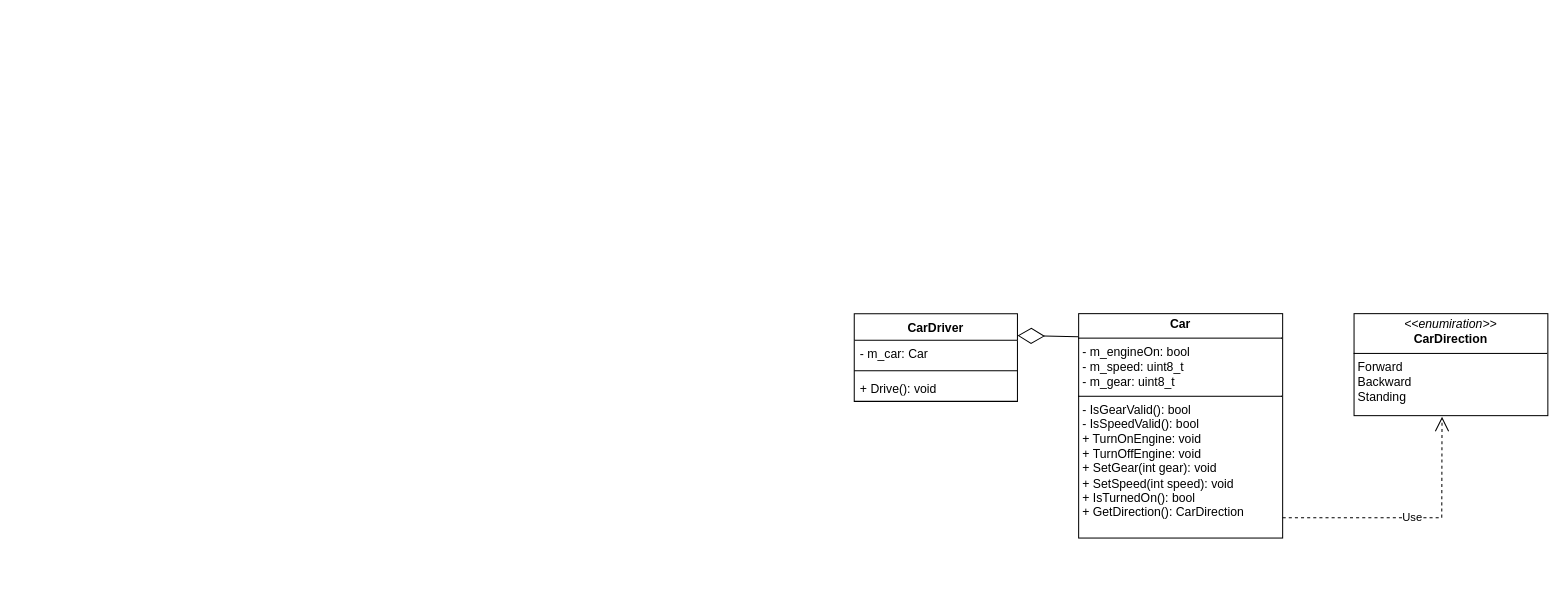
Above: 03/car/car.drawio in Woland-prj/oop (draw.io), before the change. Source tidied: cells renumbered, new cells numbered last; positions are measured from the earlier drawing's top-left corner, leaving out a move shared by most shapes. Both pictures are drawn from the tidied source at 102%, with x=0, y=0 at pixel (854, 313).
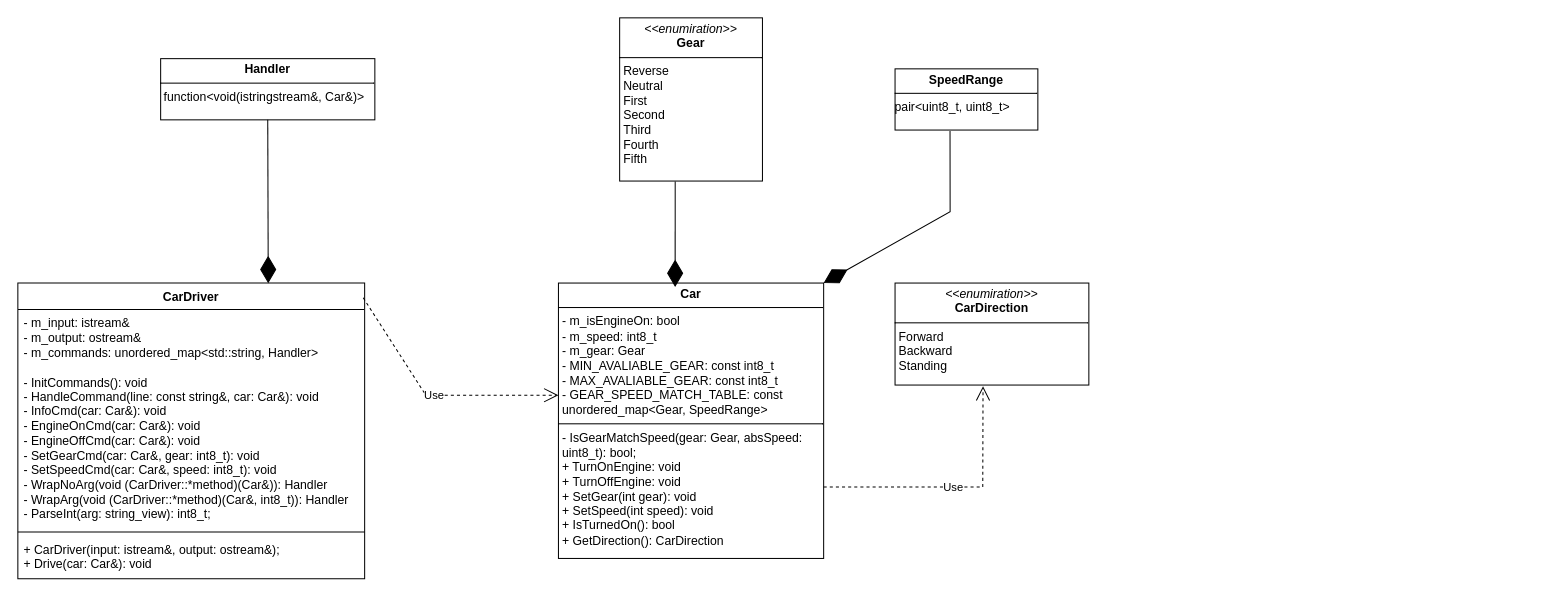
After the change.

Commit message:
upd diagram lab3.1

Change to the diagram source:
```diff
@@
-    <mxCell id="2" value="&lt;p style=&quot;margin:0px;margin-top:4px;text-align:center;&quot;&gt;&lt;b&gt;Car&lt;/b&gt;&lt;/p&gt;&lt;hr size=&quot;1&quot; style=&quot;border-style:solid;&quot;&gt;&lt;p style=&quot;margin:0px;margin-left:4px;&quot;&gt;- m_engineOn: bool&lt;/p&gt;&lt;p style=&quot;margin:0px;margin-left:4px;&quot;&gt;- m_speed: uint8_t&lt;/p&gt;&lt;p style=&quot;margin:0px;margin-left:4px;&quot;&gt;- m_gear: uint8_t&lt;/p&gt;&lt;hr size=&quot;1&quot; style=&quot;border-style:solid;&quot;&gt;&lt;p style=&quot;margin:0px;margin-left:4px;&quot;&gt;- IsGearValid(): bool&lt;/p&gt;&lt;p style=&quot;margin:0px;margin-left:4px;&quot;&gt;- IsSpeedValid(): bool&lt;/p&gt;&lt;p style=&quot;margin:0px;margin-left:4px;&quot;&gt;+ TurnOnEngine: void&amp;nbsp;&lt;/p&gt;&lt;p style=&quot;margin:0px;margin-left:4px;&quot;&gt;+&amp;nbsp;&lt;span style=&quot;background-color: transparent; color: light-dark(rgb(0, 0, 0), rgb(255, 255, 255));&quot;&gt;TurnOffEngine: void&amp;nbsp;&lt;/span&gt;&lt;/p&gt;&lt;p style=&quot;margin:0px;margin-left:4px;&quot;&gt;&lt;span style=&quot;background-color: transparent; color: light-dark(rgb(0, 0, 0), rgb(255, 255, 255));&quot;&gt;+ SetGear(int gear): void&lt;/span&gt;&lt;/p&gt;&lt;p style=&quot;margin:0px;margin-left:4px;&quot;&gt;&lt;span style=&quot;background-color: transparent; color: light-dark(rgb(0, 0, 0), rgb(255, 255, 255));&quot;&gt;+ SetSpeed(int speed): void&lt;/span&gt;&lt;/p&gt;&lt;p style=&quot;margin:0px;margin-left:4px;&quot;&gt;&lt;span style=&quot;background-color: transparent; color: light-dark(rgb(0, 0, 0), rgb(255, 255, 255));&quot;&gt;+ IsTurnedOn(): bool&lt;/span&gt;&lt;/p&gt;&lt;p style=&quot;margin:0px;margin-left:4px;&quot;&gt;&lt;span style=&quot;background-color: transparent; color: light-dark(rgb(0, 0, 0), rgb(255, 255, 255));&quot;&gt;+ GetDirection(): CarDirection&amp;nbsp;&lt;/span&gt;&lt;/p&gt;" style="verticalAlign=top;align=left;overflow=fill;html=1;whiteSpace=wrap;" parent="1" vertex="1">
-      <mxGeometry x="220" width="200" height="220" as="geometry" />
+    <mxCell id="2" value="&lt;p style=&quot;margin:0px;margin-top:4px;text-align:center;&quot;&gt;&lt;b&gt;Car&lt;/b&gt;&lt;/p&gt;&lt;hr size=&quot;1&quot; style=&quot;border-style:solid;&quot;&gt;&lt;p style=&quot;margin:0px;margin-left:4px;&quot;&gt;- m_isEngineOn: bool&lt;/p&gt;&lt;p style=&quot;margin:0px;margin-left:4px;&quot;&gt;- m_speed: int8_t&lt;/p&gt;&lt;p style=&quot;margin:0px;margin-left:4px;&quot;&gt;- m_gear: Gear&lt;/p&gt;&lt;p style=&quot;margin:0px;margin-left:4px;&quot;&gt;- MIN_AVALIABLE_GEAR: const int8_t&lt;/p&gt;&lt;p style=&quot;margin:0px;margin-left:4px;&quot;&gt;- MAX_AVALIABLE_GEAR: const int8_t&lt;/p&gt;&lt;p style=&quot;margin:0px;margin-left:4px;&quot;&gt;- GEAR_SPEED_MATCH_TABLE: const unordered_map&amp;lt;Gear, SpeedRange&amp;gt;&lt;/p&gt;&lt;hr size=&quot;1&quot; style=&quot;border-style:solid;&quot;&gt;&lt;p style=&quot;margin:0px;margin-left:4px;&quot;&gt;- IsGearMatchSpeed(gear: Gear, absSpeed: uint8_t): bool;&lt;/p&gt;&lt;p style=&quot;margin:0px;margin-left:4px;&quot;&gt;+ TurnOnEngine: void&amp;nbsp;&lt;/p&gt;&lt;p style=&quot;margin:0px;margin-left:4px;&quot;&gt;+&amp;nbsp;&lt;span style=&quot;background-color: transparent; color: light-dark(rgb(0, 0, 0), rgb(255, 255, 255));&quot;&gt;TurnOffEngine: void&amp;nbsp;&lt;/span&gt;&lt;/p&gt;&lt;p style=&quot;margin:0px;margin-left:4px;&quot;&gt;&lt;span style=&quot;background-color: transparent; color: light-dark(rgb(0, 0, 0), rgb(255, 255, 255));&quot;&gt;+ SetGear(int gear): void&lt;/span&gt;&lt;/p&gt;&lt;p style=&quot;margin:0px;margin-left:4px;&quot;&gt;&lt;span style=&quot;background-color: transparent; color: light-dark(rgb(0, 0, 0), rgb(255, 255, 255));&quot;&gt;+ SetSpeed(int speed): void&lt;/span&gt;&lt;/p&gt;&lt;p style=&quot;margin:0px;margin-left:4px;&quot;&gt;&lt;span style=&quot;background-color: transparent; color: light-dark(rgb(0, 0, 0), rgb(255, 255, 255));&quot;&gt;+ IsTurnedOn(): bool&lt;/span&gt;&lt;/p&gt;&lt;p style=&quot;margin:0px;margin-left:4px;&quot;&gt;&lt;span style=&quot;background-color: transparent; color: light-dark(rgb(0, 0, 0), rgb(255, 255, 255));&quot;&gt;+ GetDirection(): CarDirection&amp;nbsp;&lt;/span&gt;&lt;/p&gt;" style="verticalAlign=top;align=left;overflow=fill;html=1;whiteSpace=wrap;" parent="1" vertex="1">
+      <mxGeometry x="-290" y="-30" width="260" height="270" as="geometry" />
     </mxCell>
     <mxCell id="3" value="&lt;p style=&quot;margin:0px;margin-top:4px;text-align:center;&quot;&gt;&lt;i&gt;&amp;lt;&amp;lt;enumiration&amp;gt;&amp;gt;&lt;/i&gt;&lt;br&gt;&lt;b&gt;CarDirection&lt;/b&gt;&lt;/p&gt;&lt;hr size=&quot;1&quot; style=&quot;border-style:solid;&quot;&gt;&lt;p style=&quot;margin:0px;margin-left:4px;&quot;&gt;Forward&lt;/p&gt;&lt;p style=&quot;margin:0px;margin-left:4px;&quot;&gt;Backward&lt;/p&gt;&lt;p style=&quot;margin:0px;margin-left:4px;&quot;&gt;Standing&lt;/p&gt;" style="verticalAlign=top;align=left;overflow=fill;html=1;whiteSpace=wrap;" parent="1" vertex="1">
-      <mxGeometry x="490" width="190" height="100" as="geometry" />
+      <mxGeometry x="40" y="-30" width="190" height="100" as="geometry" />
     </mxCell>
     <mxCell id="4" value="Use" style="endArrow=open;endSize=12;dashed=1;html=1;rounded=0;entryX=0.454;entryY=1.011;entryDx=0;entryDy=0;entryPerimeter=0;" parent="1" edge="1" target="3">
       <mxGeometry relative="1" as="geometry">
-        <mxPoint x="420" y="200" as="sourcePoint" />
+        <mxPoint x="-30" y="170" as="sourcePoint" />
         <Array as="points">
-          <mxPoint x="576" y="200" />
+          <mxPoint x="126" y="170" />
         </Array>
       </mxGeometry>
     </mxCell>
     <mxCell id="5" value="CarDriver" style="swimlane;fontStyle=1;align=center;verticalAlign=top;horizontal=1;startSize=26;whiteSpace=wrap;html=1;" parent="1" vertex="1">
-      <mxGeometry width="160" height="86" as="geometry" />
+      <mxGeometry x="-820" y="-30" width="340" height="290" as="geometry" />
     </mxCell>
-    <mxCell id="6" value="- m_car: Car" style="text;strokeColor=none;fillColor=none;align=left;verticalAlign=top;spacingLeft=4;spacingRight=4;overflow=hidden;whiteSpace=wrap;html=1;" parent="5" vertex="1">
-      <mxGeometry y="26" width="160" height="26" as="geometry" />
-    </mxCell>
+    <mxCell id="10" value="- m_input: istream&amp;amp;&lt;div&gt;- m_output: ostream&amp;amp;&lt;/div&gt;&lt;div&gt;&lt;div&gt;&lt;span style=&quot;white-space: normal;&quot;&gt;-&amp;nbsp;&lt;/span&gt;&lt;span style=&quot;background-color: transparent; color: light-dark(rgb(0, 0, 0), rgb(255, 255, 255));&quot;&gt;m_commands:&amp;nbsp;&lt;/span&gt;&lt;span style=&quot;background-color: transparent; color: light-dark(rgb(0, 0, 0), rgb(255, 255, 255));&quot;&gt;unordered_map&amp;lt;std::string, Handler&amp;gt;&amp;nbsp;&lt;/span&gt;&lt;/div&gt;&lt;div&gt;&lt;span style=&quot;background-color: transparent; color: light-dark(rgb(0, 0, 0), rgb(255, 255, 255));&quot;&gt;&lt;br&gt;&lt;/span&gt;&lt;/div&gt;&lt;div&gt;&lt;span style=&quot;white-space: normal;&quot;&gt;- InitCommands(): void&lt;/span&gt;&lt;/div&gt;&lt;div&gt;&lt;span style=&quot;white-space: normal;&quot;&gt;- HandleCommand(line: const string&amp;amp;, car: Car&amp;amp;): void&lt;/span&gt;&lt;/div&gt;&lt;div&gt;&lt;span style=&quot;background-color: transparent; color: light-dark(rgb(0, 0, 0), rgb(255, 255, 255));&quot;&gt;- InfoCmd(car: Car&amp;amp;): void&lt;/span&gt;&lt;/div&gt;&lt;div&gt;&lt;span style=&quot;white-space: normal;&quot;&gt;- EngineOnCmd(car: Car&amp;amp;): void&lt;/span&gt;&lt;/div&gt;&lt;div&gt;&lt;span style=&quot;white-space: normal;&quot;&gt;- EngineOffCmd(car: Car&amp;amp;): void&lt;/span&gt;&lt;/div&gt;&lt;div&gt;&lt;span style=&quot;white-space: normal;&quot;&gt;- SetGearCmd(car: Car&amp;amp;, gear: int8_t): void&lt;/span&gt;&lt;/div&gt;&lt;div&gt;&lt;span style=&quot;white-space: normal;&quot;&gt;- SetSpeedCmd(car: Car&amp;amp;, speed: int8_t): void&lt;/span&gt;&lt;/div&gt;&lt;div&gt;&lt;span style=&quot;white-space: normal;&quot;&gt;- WrapNoArg(void (CarDriver::*method)(Car&amp;amp;)): Handler&lt;/span&gt;&lt;/div&gt;&lt;div&gt;&lt;span style=&quot;white-space: normal;&quot;&gt;- WrapArg(void (CarDriver::*method)(Car&amp;amp;, int8_t)): Handler&lt;/span&gt;&lt;/div&gt;&lt;div&gt;&lt;span style=&quot;white-space: normal;&quot;&gt;- ParseInt(arg: string_view): int8_t;&lt;/span&gt;&lt;/div&gt;&lt;/div&gt;" style="text;strokeColor=none;fillColor=none;align=left;verticalAlign=top;spacingLeft=4;spacingRight=4;overflow=hidden;whiteSpace=wrap;html=1;" parent="5" vertex="1">
+      <mxGeometry y="26" width="340" height="214" as="geometry" />
+    </mxCell>
     <mxCell id="7" style="line;strokeWidth=1;fillColor=none;align=left;verticalAlign=middle;spacingTop=-1;spacingLeft=3;spacingRight=3;labelPosition=right;strokeColor=inherit;" parent="5" vertex="1">
-      <mxGeometry y="52" width="160" height="8" as="geometry" />
+      <mxGeometry y="240" width="340" height="8" as="geometry" />
     </mxCell>
-    <mxCell id="8" value="+ Drive(): void" style="text;strokeColor=none;fillColor=none;align=left;verticalAlign=top;spacingLeft=4;spacingRight=4;overflow=hidden;whiteSpace=wrap;html=1;" parent="5" vertex="1">
-      <mxGeometry y="60" width="160" height="26" as="geometry" />
-    </mxCell>
-    <mxCell id="9" style="endArrow=diamondThin;endFill=0;endSize=24;html=1;rounded=0;entryX=1;entryY=0.25;entryDx=0;entryDy=0;exitX=-0.003;exitY=0.103;exitDx=0;exitDy=0;exitPerimeter=0;" parent="1" edge="1" source="2" target="5">
-      <mxGeometry relative="1" as="geometry" />
-    </mxCell>
+    <mxCell id="11" value="+&amp;nbsp;CarDriver(input: istream&amp;amp;, output: ostream&amp;amp;);&lt;div&gt;+ Drive(car: Car&amp;amp;): void&lt;/div&gt;" style="text;strokeColor=none;fillColor=none;align=left;verticalAlign=top;spacingLeft=4;spacingRight=4;overflow=hidden;whiteSpace=wrap;html=1;" parent="5" vertex="1">
+      <mxGeometry y="248" width="340" height="42" as="geometry" />
+    </mxCell>
+    <mxCell id="12" value="Use" style="endArrow=open;endSize=12;dashed=1;html=1;rounded=0;exitX=0.996;exitY=0.05;exitDx=0;exitDy=0;exitPerimeter=0;" parent="1" edge="1" source="5">
+      <mxGeometry relative="1" as="geometry">
+        <mxPoint x="-290" y="80" as="targetPoint" />
+        <Array as="points">
+          <mxPoint x="-420" y="80" />
+        </Array>
+      </mxGeometry>
+    </mxCell>
+    <mxCell id="13" value="&lt;p style=&quot;margin:0px;margin-top:4px;text-align:center;&quot;&gt;&lt;b&gt;SpeedRange&lt;/b&gt;&lt;/p&gt;&lt;hr size=&quot;1&quot; style=&quot;border-style:solid;&quot;&gt;&lt;div style=&quot;height:2px;&quot;&gt;pair&amp;lt;uint8_t, uint8_t&amp;gt;&lt;/div&gt;" style="verticalAlign=top;align=left;overflow=fill;html=1;whiteSpace=wrap;" parent="1" vertex="1">
+      <mxGeometry x="40" y="-240" width="140" height="60" as="geometry" />
+    </mxCell>
+    <mxCell id="14" style="endArrow=diamondThin;endFill=1;endSize=24;html=1;rounded=0;exitX=0.385;exitY=1.016;exitDx=0;exitDy=0;exitPerimeter=0;entryX=1;entryY=0;entryDx=0;entryDy=0;" parent="1" edge="1" source="13" target="2">
+      <mxGeometry relative="1" as="geometry">
+        <Array as="points">
+          <mxPoint x="94" y="-100" />
+        </Array>
+      </mxGeometry>
+    </mxCell>
+    <mxCell id="15" value="&lt;p style=&quot;margin: 4px 0px 0px; text-align: center;&quot;&gt;&lt;i&gt;&amp;lt;&amp;lt;enumiration&amp;gt;&amp;gt;&lt;/i&gt;&lt;br&gt;&lt;b&gt;Gear&lt;/b&gt;&lt;/p&gt;&lt;hr size=&quot;1&quot; style=&quot;border-style: solid;&quot;&gt;&lt;p style=&quot;margin: 0px 0px 0px 4px;&quot;&gt;Reverse&lt;/p&gt;&lt;p style=&quot;margin: 0px 0px 0px 4px;&quot;&gt;&lt;span style=&quot;white-space: normal;&quot;&gt;Neutral&lt;/span&gt;&lt;/p&gt;&lt;p style=&quot;margin: 0px 0px 0px 4px;&quot;&gt;&lt;span style=&quot;white-space: normal;&quot;&gt;&lt;/span&gt;&lt;/p&gt;&lt;p style=&quot;margin: 0px 0px 0px 4px;&quot;&gt;&lt;span style=&quot;white-space: normal;&quot;&gt;First&lt;/span&gt;&lt;/p&gt;&lt;p style=&quot;margin: 0px 0px 0px 4px;&quot;&gt;&lt;span style=&quot;white-space: normal;&quot;&gt;Second&lt;/span&gt;&lt;/p&gt;&lt;p style=&quot;margin: 0px 0px 0px 4px;&quot;&gt;&lt;span style=&quot;white-space: normal;&quot;&gt;Third&lt;/span&gt;&lt;/p&gt;&lt;p style=&quot;margin: 0px 0px 0px 4px;&quot;&gt;&lt;span style=&quot;background-color: transparent; color: light-dark(rgb(0, 0, 0), rgb(255, 255, 255));&quot;&gt;Fourth&lt;/span&gt;&lt;/p&gt;&lt;p style=&quot;margin: 0px 0px 0px 4px;&quot;&gt;&lt;/p&gt;&lt;p style=&quot;margin: 0px 0px 0px 4px;&quot;&gt;&lt;span style=&quot;white-space: normal;&quot;&gt;Fifth&lt;/span&gt;&lt;/p&gt;&lt;div&gt;&lt;br&gt;&lt;/div&gt;&lt;div&gt;&lt;br&gt;&lt;/div&gt;&lt;div&gt;&lt;br&gt;&lt;/div&gt;" style="verticalAlign=top;align=left;overflow=fill;html=1;whiteSpace=wrap;" parent="1" vertex="1">
+      <mxGeometry x="-230" y="-290" width="140" height="160" as="geometry" />
+    </mxCell>
+    <mxCell id="16" style="endArrow=diamondThin;endFill=1;endSize=24;html=1;rounded=0;exitX=0.389;exitY=1.002;exitDx=0;exitDy=0;exitPerimeter=0;entryX=0.44;entryY=0.014;entryDx=0;entryDy=0;entryPerimeter=0;" parent="1" edge="1" source="15" target="2">
+      <mxGeometry relative="1" as="geometry" />
+    </mxCell>
+    <mxCell id="17" value="&lt;p style=&quot;margin:0px;margin-top:4px;text-align:center;&quot;&gt;&lt;b&gt;Handler&lt;/b&gt;&lt;/p&gt;&lt;hr size=&quot;1&quot; style=&quot;border-style:solid;&quot;&gt;&lt;div style=&quot;height:2px;&quot;&gt;&amp;nbsp;function&amp;lt;void(istringstream&amp;amp;, Car&amp;amp;)&amp;gt;&lt;/div&gt;" style="verticalAlign=top;align=left;overflow=fill;html=1;whiteSpace=wrap;" parent="1" vertex="1">
+      <mxGeometry x="-680" y="-250" width="210" height="60" as="geometry" />
+    </mxCell>
+    <mxCell id="18" style="endArrow=diamondThin;endFill=1;endSize=24;html=1;rounded=0;exitX=0.5;exitY=1;exitDx=0;exitDy=0;entryX=0.722;entryY=0.001;entryDx=0;entryDy=0;entryPerimeter=0;" parent="1" edge="1" source="17" target="5">
+      <mxGeometry relative="1" as="geometry" />
+    </mxCell>
```
